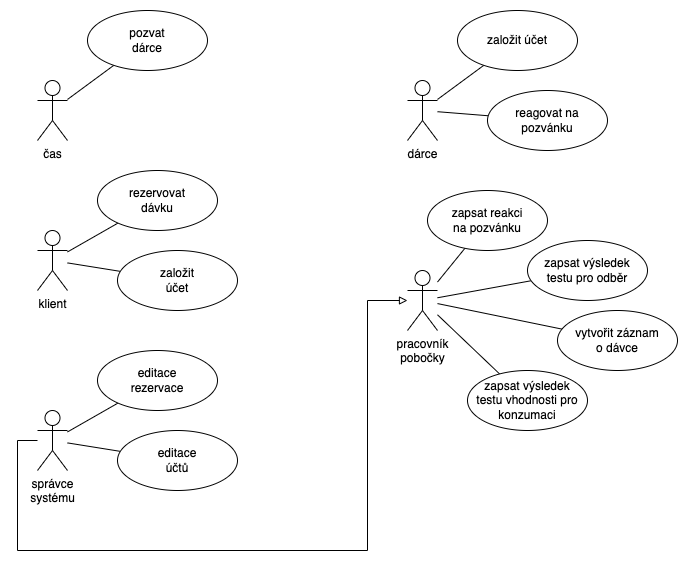
This is use-case/use-case-diagram.png from xhobza03/ius-projekt1, a draw.io export, as it was before one commit. Source tidied: cells renumbered, new cells last; positions are measured from the earlier drawing's top-left corner, leaving out a move shared by most shapes. Source of this version:
```xml
<mxGraphModel>
  <root>
    <mxCell id="0" />
    <mxCell id="1" parent="0" />
    <mxCell id="2" style="rounded=0;jettySize=auto;html=1;endArrow=none;endFill=0;" parent="1" edge="1" source="3" target="4">
      <mxGeometry relative="1" as="geometry" />
    </mxCell>
    <mxCell id="3" value="čas" style="shape=umlActor;verticalLabelPosition=bottom;verticalAlign=top;html=1;outlineConnect=0;" parent="1" vertex="1">
      <mxGeometry x="20" y="70" width="30" height="60" as="geometry" />
    </mxCell>
    <mxCell id="4" value="pozvat&lt;br&gt;dárce" style="ellipse;whiteSpace=wrap;html=1;verticalAlign=middle;" parent="1" vertex="1">
      <mxGeometry x="70" width="120" height="60" as="geometry" />
    </mxCell>
    <mxCell id="5" style="rounded=0;jettySize=auto;html=1;endArrow=none;endFill=0;" parent="1" edge="1" source="7" target="8">
      <mxGeometry relative="1" as="geometry" />
    </mxCell>
    <mxCell id="6" style="edgeStyle=none;rounded=0;jettySize=auto;html=1;endArrow=none;endFill=0;" parent="1" edge="1" source="7" target="9">
      <mxGeometry relative="1" as="geometry" />
    </mxCell>
    <mxCell id="7" value="klient" style="shape=umlActor;verticalLabelPosition=bottom;verticalAlign=top;html=1;outlineConnect=0;" parent="1" vertex="1">
      <mxGeometry x="20" y="220" width="30" height="60" as="geometry" />
    </mxCell>
    <mxCell id="8" value="rezervovat&lt;br&gt;dávku" style="ellipse;whiteSpace=wrap;html=1;verticalAlign=middle;" parent="1" vertex="1">
      <mxGeometry x="80" y="160" width="120" height="60" as="geometry" />
    </mxCell>
    <mxCell id="9" value="založit&lt;br&gt;účet" style="ellipse;whiteSpace=wrap;html=1;verticalAlign=middle;" parent="1" vertex="1">
      <mxGeometry x="100" y="240" width="120" height="60" as="geometry" />
    </mxCell>
    <mxCell id="10" style="rounded=0;jettySize=auto;html=1;endArrow=none;endFill=0;" parent="1" edge="1" source="13" target="14">
      <mxGeometry relative="1" as="geometry" />
    </mxCell>
    <mxCell id="11" style="edgeStyle=none;rounded=0;jettySize=auto;html=1;endArrow=none;endFill=0;" parent="1" edge="1" source="13" target="15">
      <mxGeometry relative="1" as="geometry" />
    </mxCell>
    <mxCell id="12" style="edgeStyle=orthogonalEdgeStyle;rounded=0;jettySize=auto;html=1;endArrow=block;endFill=0;" parent="1" edge="1" source="13" target="20">
      <mxGeometry relative="1" as="geometry">
        <Array as="points">
          <mxPoint y="430" />
          <mxPoint y="540" />
          <mxPoint x="350" y="540" />
          <mxPoint x="350" y="290" />
        </Array>
      </mxGeometry>
    </mxCell>
    <mxCell id="13" value="správce&lt;br&gt;systému" style="shape=umlActor;verticalLabelPosition=bottom;verticalAlign=top;html=1;outlineConnect=0;" parent="1" vertex="1">
      <mxGeometry x="20" y="400" width="30" height="60" as="geometry" />
    </mxCell>
    <mxCell id="14" value="editace&lt;br&gt;rezervace" style="ellipse;whiteSpace=wrap;html=1;verticalAlign=middle;" parent="1" vertex="1">
      <mxGeometry x="80" y="340" width="120" height="60" as="geometry" />
    </mxCell>
    <mxCell id="15" value="editace&lt;br&gt;účtů" style="ellipse;whiteSpace=wrap;html=1;verticalAlign=middle;" parent="1" vertex="1">
      <mxGeometry x="100" y="420" width="120" height="60" as="geometry" />
    </mxCell>
    <mxCell id="16" style="rounded=0;jettySize=auto;html=1;endArrow=none;endFill=0;" parent="1" edge="1" source="20" target="21">
      <mxGeometry relative="1" as="geometry" />
    </mxCell>
    <mxCell id="17" style="edgeStyle=none;rounded=0;jettySize=auto;html=1;endArrow=none;endFill=0;" parent="1" edge="1" source="20" target="22">
      <mxGeometry relative="1" as="geometry" />
    </mxCell>
    <mxCell id="18" style="edgeStyle=none;rounded=0;jettySize=auto;html=1;endArrow=none;endFill=0;" parent="1" edge="1" source="20" target="23">
      <mxGeometry relative="1" as="geometry" />
    </mxCell>
    <mxCell id="19" style="edgeStyle=none;rounded=0;jettySize=auto;html=1;endArrow=none;endFill=0;" parent="1" edge="1" source="20" target="24">
      <mxGeometry relative="1" as="geometry" />
    </mxCell>
    <mxCell id="20" value="pracovník&lt;br&gt;pobočky" style="shape=umlActor;verticalLabelPosition=bottom;verticalAlign=top;html=1;outlineConnect=0;" parent="1" vertex="1">
      <mxGeometry x="390" y="260" width="30" height="60" as="geometry" />
    </mxCell>
    <mxCell id="21" value="zapsat reakci&lt;br&gt;na pozvánku" style="ellipse;whiteSpace=wrap;html=1;verticalAlign=middle;" parent="1" vertex="1">
      <mxGeometry x="410" y="180" width="120" height="60" as="geometry" />
    </mxCell>
    <mxCell id="22" value="zapsat výsledek&lt;br&gt;testu pro odběr" style="ellipse;whiteSpace=wrap;html=1;verticalAlign=middle;" parent="1" vertex="1">
      <mxGeometry x="510" y="230" width="120" height="60" as="geometry" />
    </mxCell>
    <mxCell id="23" value="vytvořit záznam&lt;br&gt;o dávce" style="ellipse;whiteSpace=wrap;html=1;verticalAlign=middle;" parent="1" vertex="1">
      <mxGeometry x="540" y="300" width="120" height="60" as="geometry" />
    </mxCell>
    <mxCell id="24" value="zapsat výsledek&lt;br&gt;testu vhodnosti pro&lt;br&gt;konzumaci" style="ellipse;whiteSpace=wrap;html=1;verticalAlign=middle;" parent="1" vertex="1">
      <mxGeometry x="450" y="360" width="120" height="60" as="geometry" />
    </mxCell>
    <mxCell id="25" style="rounded=0;jettySize=auto;html=1;endArrow=none;endFill=0;" parent="1" edge="1" source="27" target="28">
      <mxGeometry relative="1" as="geometry" />
    </mxCell>
    <mxCell id="26" style="edgeStyle=none;rounded=0;jettySize=auto;html=1;endArrow=none;endFill=0;" parent="1" edge="1" source="27" target="29">
      <mxGeometry relative="1" as="geometry" />
    </mxCell>
    <mxCell id="27" value="dárce" style="shape=umlActor;verticalLabelPosition=bottom;verticalAlign=top;html=1;outlineConnect=0;" parent="1" vertex="1">
      <mxGeometry x="390" y="70" width="30" height="60" as="geometry" />
    </mxCell>
    <mxCell id="28" value="založit účet" style="ellipse;whiteSpace=wrap;html=1;verticalAlign=middle;" parent="1" vertex="1">
      <mxGeometry x="440" width="120" height="60" as="geometry" />
    </mxCell>
    <mxCell id="29" value="reagovat na pozvánku" style="ellipse;whiteSpace=wrap;html=1;verticalAlign=middle;" parent="1" vertex="1">
      <mxGeometry x="470" y="80" width="120" height="60" as="geometry" />
    </mxCell>
  </root>
</mxGraphModel>
```
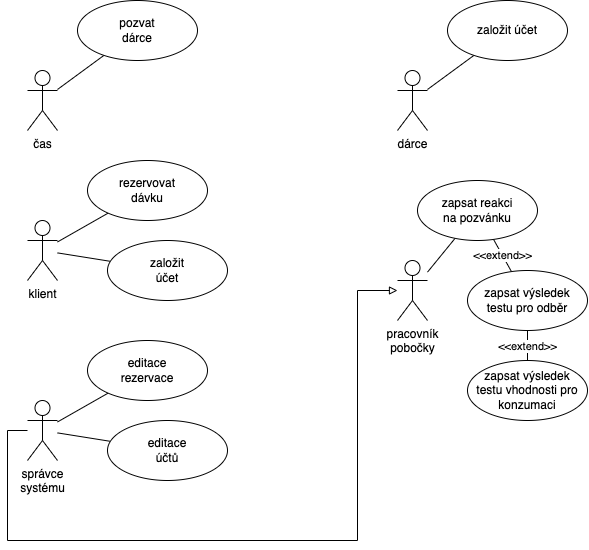
Above is the later version.

Commit message:
send help

Change to the diagram source:
```diff
@@ -54,44 +54,32 @@
     <mxCell id="16" style="rounded=0;jettySize=auto;html=1;endArrow=none;endFill=0;" parent="1" edge="1" source="20" target="21">
       <mxGeometry relative="1" as="geometry" />
     </mxCell>
-    <mxCell id="17" style="edgeStyle=none;rounded=0;jettySize=auto;html=1;endArrow=none;endFill=0;" parent="1" edge="1" source="20" target="22">
-      <mxGeometry relative="1" as="geometry" />
-    </mxCell>
-    <mxCell id="18" style="edgeStyle=none;rounded=0;jettySize=auto;html=1;endArrow=none;endFill=0;" parent="1" edge="1" source="20" target="23">
-      <mxGeometry relative="1" as="geometry" />
-    </mxCell>
-    <mxCell id="19" style="edgeStyle=none;rounded=0;jettySize=auto;html=1;endArrow=none;endFill=0;" parent="1" edge="1" source="20" target="24">
-      <mxGeometry relative="1" as="geometry" />
-    </mxCell>
     <mxCell id="20" value="pracovník&lt;br&gt;pobočky" style="shape=umlActor;verticalLabelPosition=bottom;verticalAlign=top;html=1;outlineConnect=0;" parent="1" vertex="1">
       <mxGeometry x="390" y="260" width="30" height="60" as="geometry" />
     </mxCell>
+    <mxCell id="30" value="&amp;lt;&amp;lt;extend&amp;gt;&amp;gt;" style="edgeStyle=none;rounded=0;jettySize=auto;html=1;endArrow=none;endFill=0;" parent="1" edge="1" source="21" target="22">
+      <mxGeometry relative="1" as="geometry" />
+    </mxCell>
     <mxCell id="21" value="zapsat reakci&lt;br&gt;na pozvánku" style="ellipse;whiteSpace=wrap;html=1;verticalAlign=middle;" parent="1" vertex="1">
       <mxGeometry x="410" y="180" width="120" height="60" as="geometry" />
     </mxCell>
+    <mxCell id="31" value="&amp;lt;&amp;lt;extend&amp;gt;&amp;gt;" style="rounded=0;jettySize=auto;html=1;endArrow=none;endFill=0;" parent="1" edge="1" source="22" target="24">
+      <mxGeometry relative="1" as="geometry" />
+    </mxCell>
     <mxCell id="22" value="zapsat výsledek&lt;br&gt;testu pro odběr" style="ellipse;whiteSpace=wrap;html=1;verticalAlign=middle;" parent="1" vertex="1">
-      <mxGeometry x="510" y="230" width="120" height="60" as="geometry" />
+      <mxGeometry x="460" y="270" width="120" height="60" as="geometry" />
     </mxCell>
-    <mxCell id="23" value="vytvořit záznam&lt;br&gt;o dávce" style="ellipse;whiteSpace=wrap;html=1;verticalAlign=middle;" parent="1" vertex="1">
-      <mxGeometry x="540" y="300" width="120" height="60" as="geometry" />
-    </mxCell>
     <mxCell id="24" value="zapsat výsledek&lt;br&gt;testu vhodnosti pro&lt;br&gt;konzumaci" style="ellipse;whiteSpace=wrap;html=1;verticalAlign=middle;" parent="1" vertex="1">
-      <mxGeometry x="450" y="360" width="120" height="60" as="geometry" />
+      <mxGeometry x="460" y="360" width="120" height="60" as="geometry" />
     </mxCell>
     <mxCell id="25" style="rounded=0;jettySize=auto;html=1;endArrow=none;endFill=0;" parent="1" edge="1" source="27" target="28">
       <mxGeometry relative="1" as="geometry" />
     </mxCell>
-    <mxCell id="26" style="edgeStyle=none;rounded=0;jettySize=auto;html=1;endArrow=none;endFill=0;" parent="1" edge="1" source="27" target="29">
-      <mxGeometry relative="1" as="geometry" />
-    </mxCell>
     <mxCell id="27" value="dárce" style="shape=umlActor;verticalLabelPosition=bottom;verticalAlign=top;html=1;outlineConnect=0;" parent="1" vertex="1">
       <mxGeometry x="390" y="70" width="30" height="60" as="geometry" />
     </mxCell>
     <mxCell id="28" value="založit účet" style="ellipse;whiteSpace=wrap;html=1;verticalAlign=middle;" parent="1" vertex="1">
       <mxGeometry x="440" width="120" height="60" as="geometry" />
     </mxCell>
-    <mxCell id="29" value="reagovat na pozvánku" style="ellipse;whiteSpace=wrap;html=1;verticalAlign=middle;" parent="1" vertex="1">
-      <mxGeometry x="470" y="80" width="120" height="60" as="geometry" />
-    </mxCell>
   </root>
 </mxGraphModel>
```
